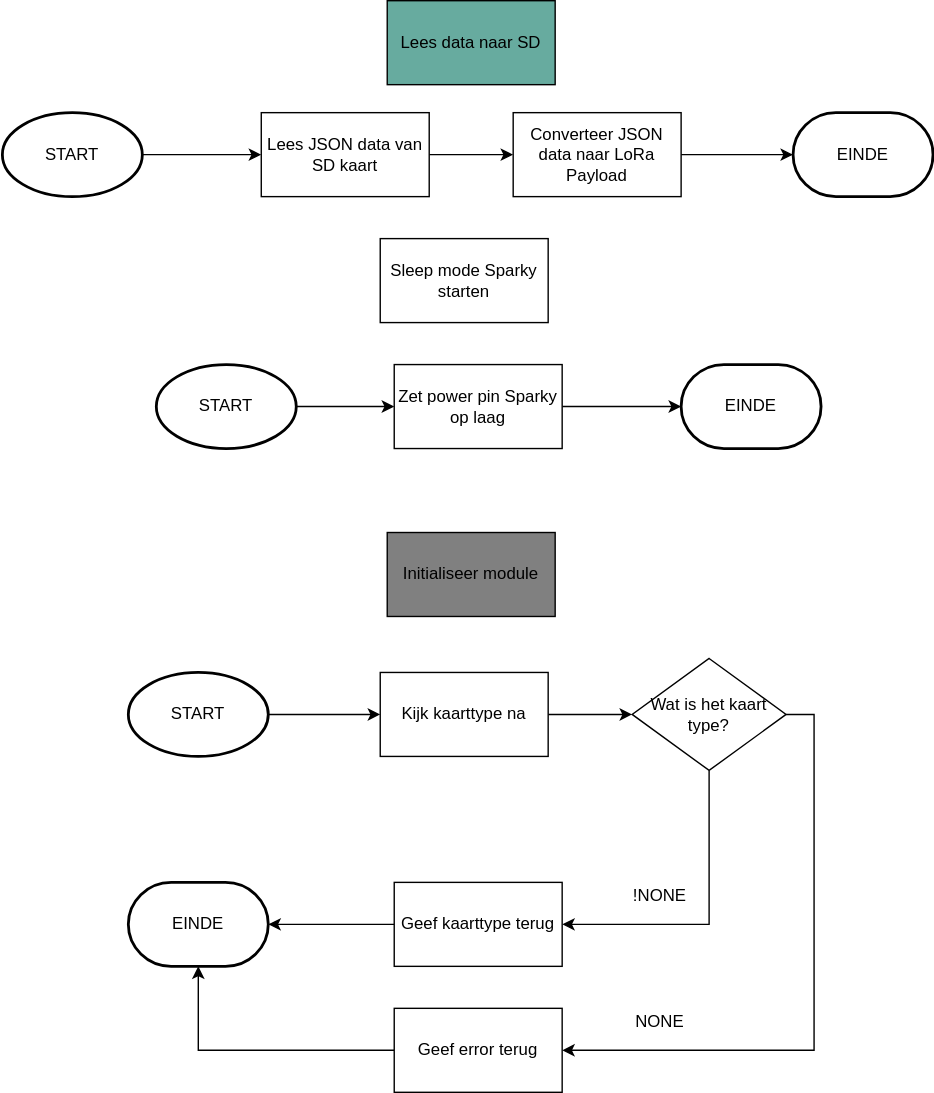
Before: assets/FlowChart-Sparky_2.svg, a diagram exported from draw.io (747oli/Luchtkwaliteitssensor_analyse). Source tidied: cells renumbered, new cells last; positions are measured from the earlier drawing's top-left corner, leaving out a move shared by most shapes.
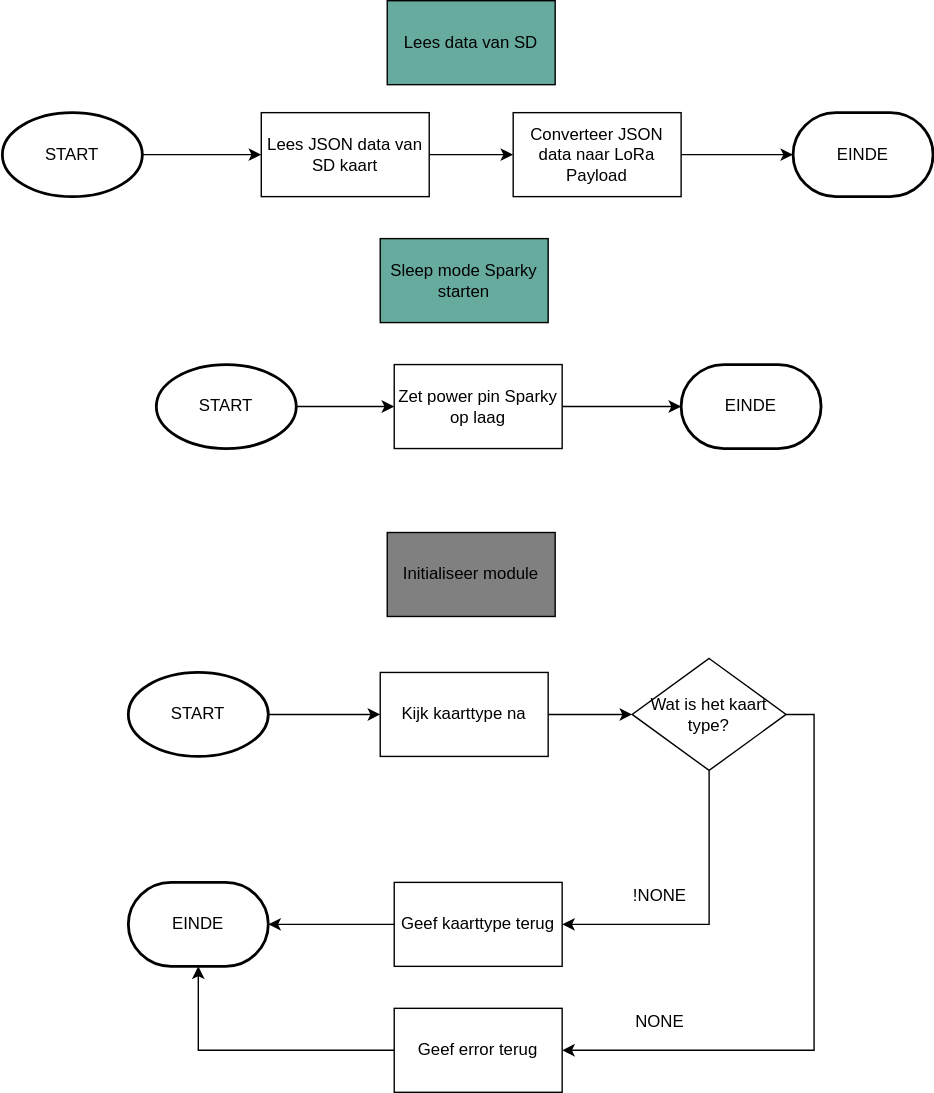
The same file after the commit.

Commit message:
Fix FlowChart; ATSAMD21, Sparky

Change to the diagram source:
```diff
@@ -47,7 +47,7 @@
     <mxCell id="16" value="Geef error terug" style="rounded=0;whiteSpace=wrap;html=1;" parent="1" vertex="1">
       <mxGeometry x="280" y="720" width="120" height="60" as="geometry" />
     </mxCell>
-    <mxCell id="17" value="Lees data naar SD" style="rounded=0;whiteSpace=wrap;html=1;fillColor=#67AB9F;" parent="1" vertex="1">
+    <mxCell id="17" value="Lees data van SD" style="rounded=0;whiteSpace=wrap;html=1;fillColor=#67AB9F;" parent="1" vertex="1">
       <mxGeometry x="275" width="120" height="60" as="geometry" />
     </mxCell>
     <mxCell id="18" style="edgeStyle=orthogonalEdgeStyle;rounded=0;jettySize=auto;html=1;" parent="1" edge="1" source="19" target="23">
@@ -71,7 +71,7 @@
     <mxCell id="24" value="EINDE" style="strokeWidth=2;html=1;shape=mxgraph.flowchart.terminator;whiteSpace=wrap;" parent="1" vertex="1">
       <mxGeometry x="565" y="80" width="100" height="60" as="geometry" />
     </mxCell>
-    <mxCell id="25" value="Sleep mode Sparky starten" style="rounded=0;whiteSpace=wrap;html=1;" parent="1" vertex="1">
+    <mxCell id="25" value="Sleep mode Sparky starten" style="rounded=0;whiteSpace=wrap;html=1;fillColor=#67AB9F;" parent="1" vertex="1">
       <mxGeometry x="270" y="170" width="120" height="60" as="geometry" />
     </mxCell>
     <mxCell id="26" style="edgeStyle=orthogonalEdgeStyle;rounded=0;jettySize=auto;html=1;" parent="1" edge="1" source="27" target="30">
```
